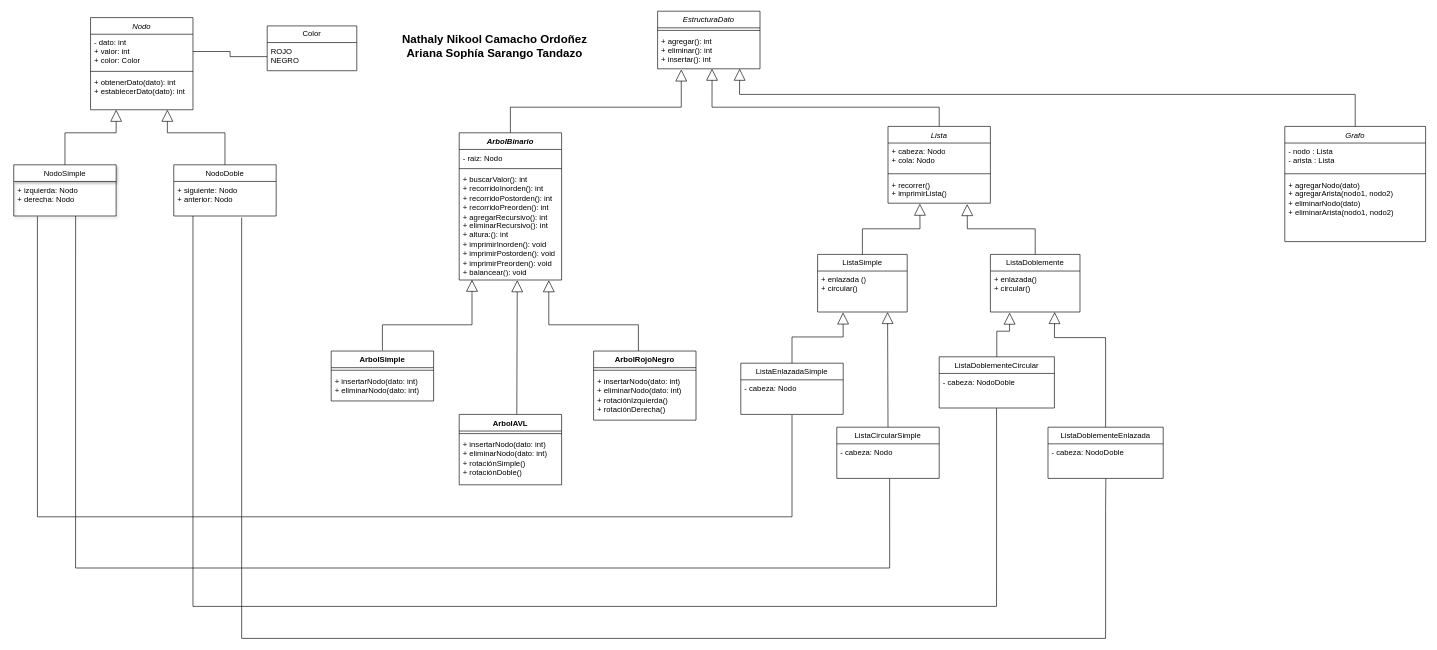
Before: ArbolBinario.drawio in ArianaSarango/ArbolBinario, a draw.io diagram. Source tidied: cells renumbered, new cells numbered last; positions are measured from the earlier drawing's top-left corner, leaving out a move shared by most shapes. Both pictures are drawn from the tidied source at 64%, with x=0, y=0 at pixel (13, 11).
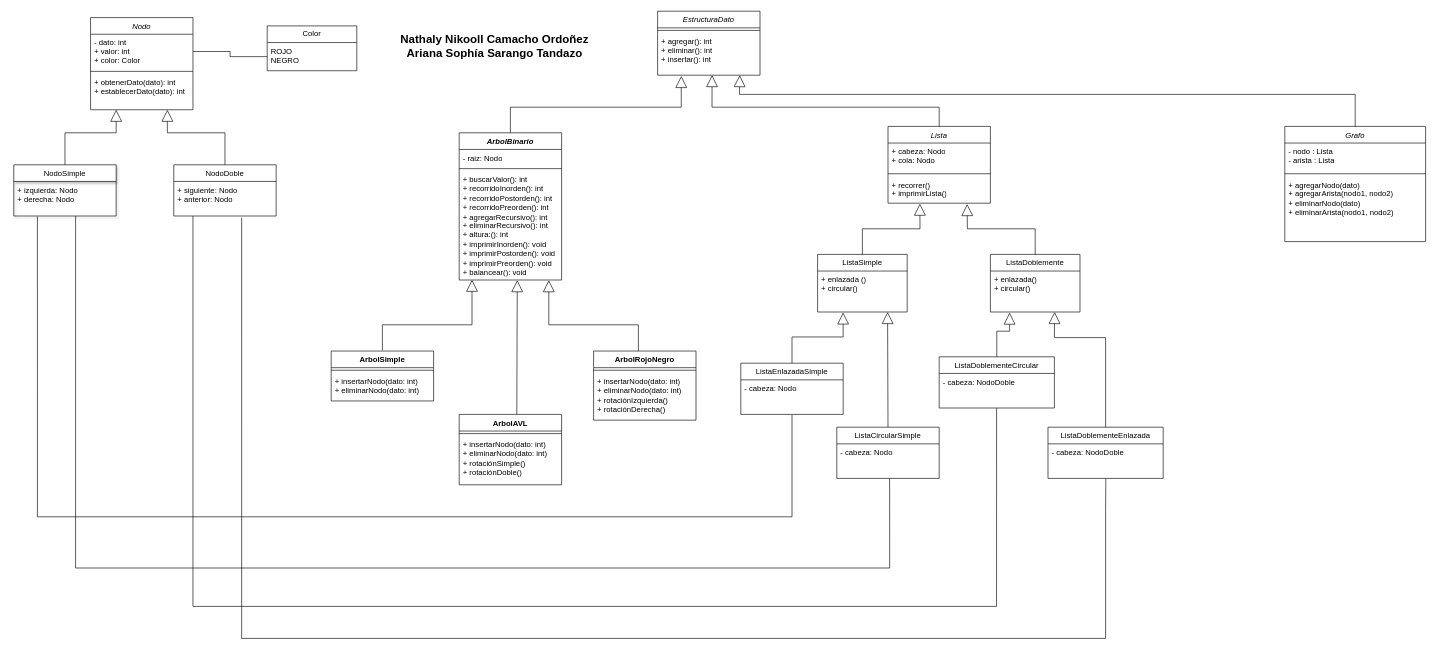
The same diagram, later.

Diff of the diagram source:
```diff
@@
     <mxCell id="2" value="EstructuraDato" style="swimlane;fontStyle=2;align=center;verticalAlign=top;horizontal=1;startSize=26;rounded=0;shadow=0;strokeWidth=1;" parent="1" vertex="1">
-      <mxGeometry x="1006" width="160" height="90" as="geometry" />
+      <mxGeometry x="1006" width="160" height="100" as="geometry" />
     </mxCell>
@@
     <mxCell id="4" value="+ agregar(): int&#10;+ eliminar(): int&#10;+ insertar(): int" style="text;align=left;verticalAlign=top;spacingLeft=4;spacingRight=4;overflow=hidden;points=[[0,0.5],[1,0.5]];portConstraint=eastwest;" parent="2" vertex="1">
-      <mxGeometry y="34" width="160" height="56" as="geometry" />
+      <mxGeometry y="34" width="160" height="66" as="geometry" />
     </mxCell>
@@
-    <mxCell id="57" value="&lt;font style=&quot;vertical-align: inherit; font-size: 18px;&quot;&gt;Nathaly Nikool Camacho Ordoñez&lt;/font&gt;&lt;div&gt;&lt;font style=&quot;vertical-align: inherit; font-size: 18px;&quot;&gt;Ariana Sophía Sarango Tandazo&lt;/font&gt;&lt;/div&gt;" style="text;align=center;fontStyle=1;verticalAlign=middle;spacingLeft=3;spacingRight=3;strokeColor=none;html=1;" parent="1" vertex="1">
+    <mxCell id="57" value="&lt;font style=&quot;vertical-align: inherit; font-size: 18px;&quot;&gt;Nathaly Nikooll Camacho Ordoñez&lt;/font&gt;&lt;div&gt;&lt;font style=&quot;vertical-align: inherit; font-size: 18px;&quot;&gt;Ariana Sophía Sarango Tandazo&lt;/font&gt;&lt;/div&gt;" style="text;align=center;fontStyle=1;verticalAlign=middle;spacingLeft=3;spacingRight=3;strokeColor=none;html=1;" parent="1" vertex="1">
       <mxGeometry x="616" width="270" height="110" as="geometry" />
     </mxCell>
```
